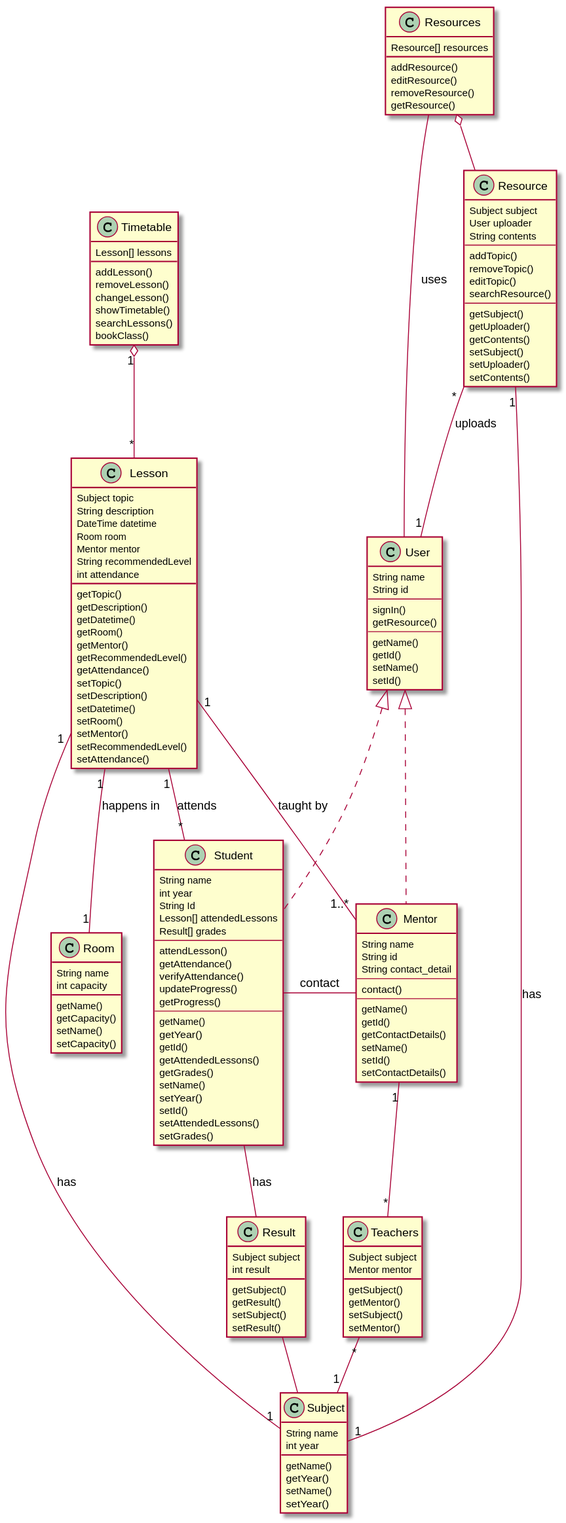
Before: Class Diagrams/class_diagram.svg, a diagram exported from PlantUML (Gyrogaming01/asdp-project-1).
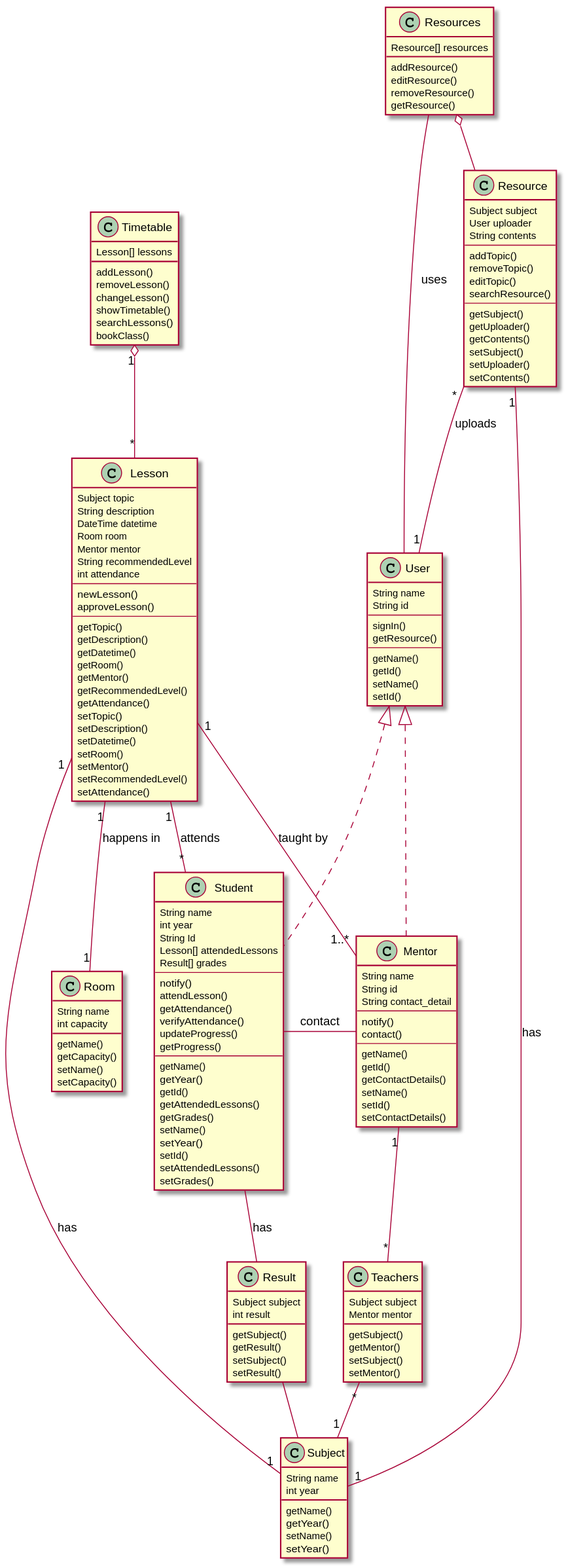
The same diagram one commit later.

Commit message:
update class diagram

Diff of the diagram source:
```diff
@@ -33,6 +33,10 @@
   Mentor mentor
   String recommendedLevel
   int attendance
+  ---
+  newLesson()
+  approveLesson()
+  ---
   getTopic()
   getDescription()
   getDatetime()
@@ -63,6 +67,7 @@
   String id
   String contact_detail
   ---
+  notify()
   contact()
   ---
   getName()
@@ -121,6 +126,7 @@
   Lesson[] attendedLessons
   Result[] grades
   ---
+  notify()
   attendLesson()
   getAttendance()
   verifyAttendance()
```
